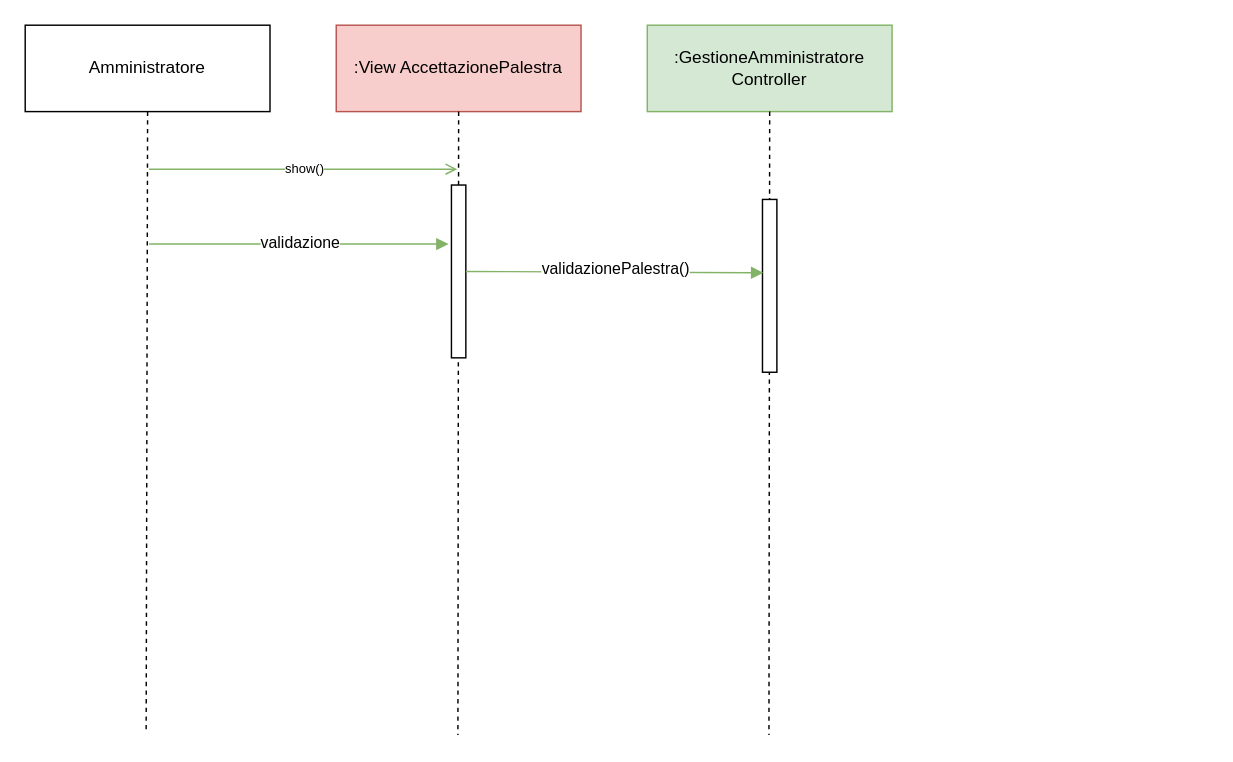
This is Diagrammi_Package/Interazione/Accettazione_Palestra.drawio from JosephBoom02/Progetto_Ingegneria_del_Software, a draw.io file, before an edit. Source tidied: cells renumbered, new cells numbered last; positions are measured from the earlier drawing's top-left corner, leaving out a move shared by most shapes. Both pictures are drawn from the tidied source at 144%, with x=0, y=0 at pixel (24, 24).
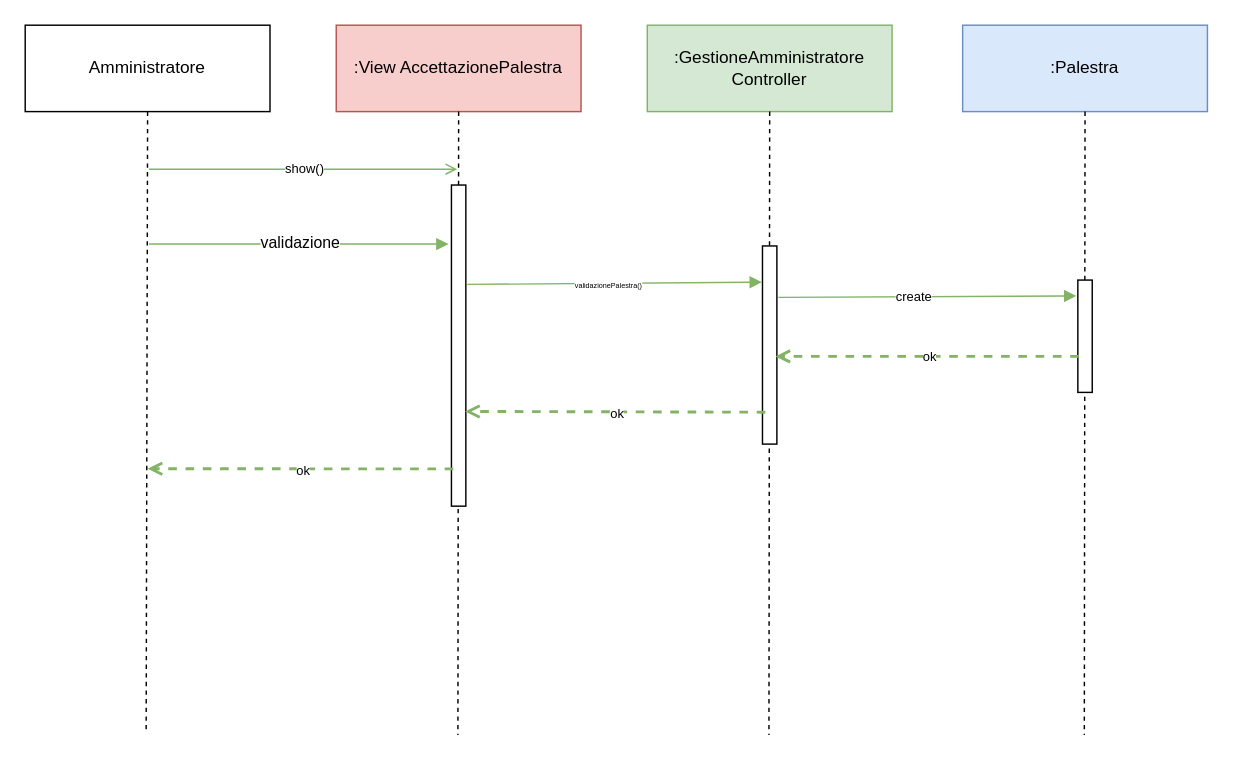
The same page after the edit.

The edit, as a diff of the source:
```diff
@@
     <mxCell id="10" style="rounded=0;whiteSpace=wrap;html=1;rotation=90;" parent="1" vertex="1">
-      <mxGeometry x="241" y="166" width="120" height="10" as="geometry" />
+      <mxGeometry x="189.5" y="217.5" width="223" height="10" as="geometry" />
     </mxCell>
     <mxCell id="11" style="rounded=0;whiteSpace=wrap;html=1;rotation=90;" parent="1" vertex="1">
-      <mxGeometry x="457" y="176" width="120" height="10" as="geometry" />
+      <mxGeometry x="448.2" y="217.1" width="137.6" height="10" as="geometry" />
     </mxCell>
@@
-    <mxCell id="14" style="endArrow=block;html=1;rounded=0;endFill=1;fillColor=#d5e8d4;strokeColor=#82b366;exitX=0.5;exitY=0;exitDx=0;exitDy=0;entryX=0.425;entryY=0.943;entryDx=0;entryDy=0;entryPerimeter=0;" parent="1" edge="1" source="10" target="11">
-      <mxGeometry relative="1" as="geometry" />
+    <mxCell id="14" style="endArrow=block;html=1;rounded=0;endFill=1;fillColor=#d5e8d4;strokeColor=#82b366;entryX=0.183;entryY=1.039;entryDx=0;entryDy=0;entryPerimeter=0;" parent="1" edge="1" target="11">
+      <mxGeometry relative="1" as="geometry">
+        <mxPoint x="307" y="180" as="sourcePoint" />
+      </mxGeometry>
     </mxCell>
-    <mxCell id="15" value="validazionePalestra()" style="edgeLabel;html=1;align=center;verticalAlign=middle;" parent="14" vertex="1">
-      <mxGeometry y="2" relative="1" as="geometry">
-        <mxPoint y="-1" as="offset" />
-      </mxGeometry>
+    <mxCell id="15" value="&lt;font style=&quot;font-size: 5px;&quot;&gt;validazionePalestra()&lt;/font&gt;" style="edgeLabel;html=1;align=center;verticalAlign=middle;" parent="14" vertex="1">
+      <mxGeometry x="-0.04" y="1" relative="1" as="geometry" />
     </mxCell>
+    <mxCell id="16" style="endArrow=block;html=1;rounded=0;endFill=1;fillColor=#d5e8d4;strokeColor=#82b366;exitX=0.5;exitY=0;exitDx=0;exitDy=0;" parent="1" edge="1">
+      <mxGeometry relative="1" as="geometry">
+        <mxPoint x="523" y="189" as="sourcePoint" />
+        <mxPoint x="730" y="188" as="targetPoint" />
+      </mxGeometry>
+    </mxCell>
+    <mxCell id="17" value="&lt;font style=&quot;font-size: 9px;&quot;&gt;create&lt;/font&gt;" style="edgeLabel;html=1;align=center;verticalAlign=middle;" parent="16" vertex="1">
+      <mxGeometry x="-0.09" y="1" relative="1" as="geometry" />
+    </mxCell>
+    <mxCell id="18" value=":Palestra" style="rounded=0;whiteSpace=wrap;html=1;fillColor=#dae8fc;strokeColor=#6c8ebf;" parent="1" vertex="1">
+      <mxGeometry x="651" width="170" height="60" as="geometry" />
+    </mxCell>
+    <mxCell id="19" style="endArrow=none;dashed=1;html=1;rounded=0;exitX=0.5;exitY=1;exitDx=0;exitDy=0;" parent="1" edge="1" source="18">
+      <mxGeometry relative="1" as="geometry">
+        <mxPoint x="735.5" y="493" as="targetPoint" />
+      </mxGeometry>
+    </mxCell>
+    <mxCell id="20" style="rounded=0;whiteSpace=wrap;html=1;rotation=90;" parent="1" vertex="1">
+      <mxGeometry x="697" y="211" width="78" height="10" as="geometry" />
+    </mxCell>
+    <mxCell id="21" style="endArrow=open;dashed=1;html=1;strokeWidth=2;rounded=0;fillColor=#d5e8d4;strokeColor=#82b366;endFill=0;exitX=0.679;exitY=0.933;exitDx=0;exitDy=0;exitPerimeter=0;" parent="1" edge="1" source="20">
+      <mxGeometry relative="1" as="geometry">
+        <mxPoint x="521" y="230" as="targetPoint" />
+      </mxGeometry>
+    </mxCell>
+    <mxCell id="22" value="&lt;font style=&quot;font-size: 9px;&quot;&gt;ok&lt;/font&gt;" style="edgeLabel;html=1;align=center;verticalAlign=middle;" parent="21" vertex="1">
+      <mxGeometry x="-0.01" relative="1" as="geometry" />
+    </mxCell>
+    <mxCell id="23" style="endArrow=open;dashed=1;html=1;strokeWidth=2;rounded=0;fillColor=#d5e8d4;strokeColor=#82b366;endFill=0;exitX=0.839;exitY=0.801;exitDx=0;exitDy=0;exitPerimeter=0;entryX=0.705;entryY=0.057;entryDx=0;entryDy=0;entryPerimeter=0;" parent="1" edge="1" source="11" target="10">
+      <mxGeometry relative="1" as="geometry" />
+    </mxCell>
+    <mxCell id="24" value="&lt;font style=&quot;font-size: 9px;&quot;&gt;ok&lt;/font&gt;" style="edgeLabel;html=1;align=center;verticalAlign=middle;" parent="23" vertex="1">
+      <mxGeometry x="-0.01" relative="1" as="geometry" />
+    </mxCell>
+    <mxCell id="25" style="endArrow=open;dashed=1;html=1;strokeWidth=2;rounded=0;fillColor=#d5e8d4;strokeColor=#82b366;endFill=0;exitX=0.884;exitY=0.867;exitDx=0;exitDy=0;exitPerimeter=0;" parent="1" edge="1" source="10">
+      <mxGeometry relative="1" as="geometry">
+        <mxPoint x="85" y="308" as="targetPoint" />
+      </mxGeometry>
+    </mxCell>
+    <mxCell id="26" value="&lt;font style=&quot;font-size: 9px;&quot;&gt;ok&lt;/font&gt;" style="edgeLabel;html=1;align=center;verticalAlign=middle;" parent="25" vertex="1">
+      <mxGeometry x="-0.01" relative="1" as="geometry" />
+    </mxCell>
```
